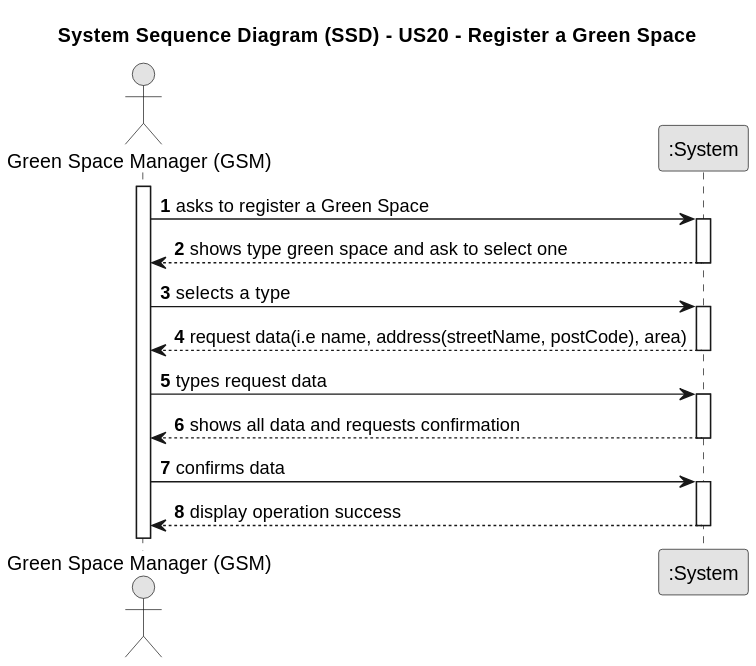
The PlantUML diagram docs/sprint3/us20/01.requirements-engineering/svg/us20-system-sequence-diagram.svg in Departamento-de-Engenharia-Informatica/lei-24-s2-1db-g022, before a commit.
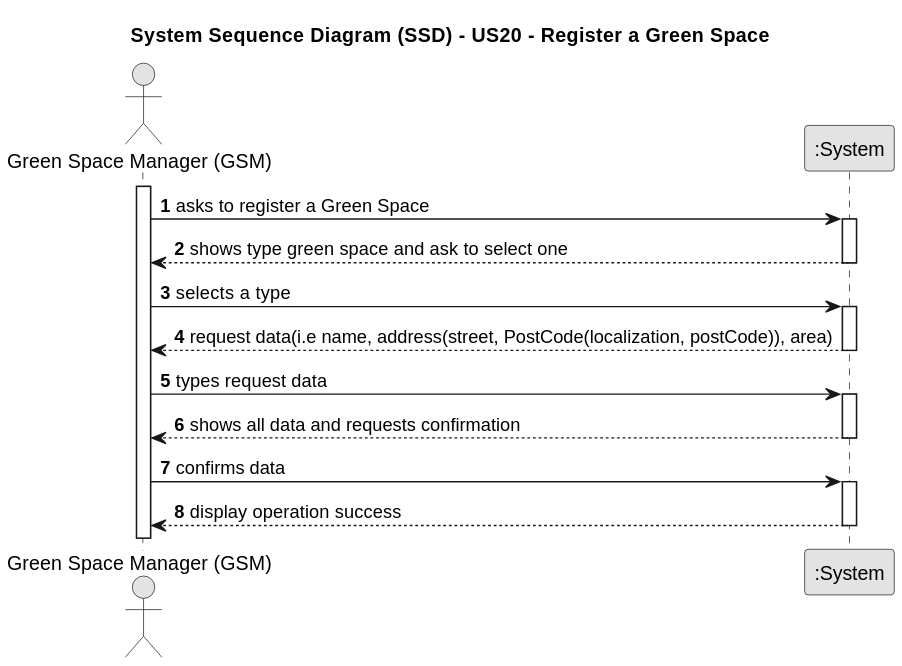
Later version of the same file.

Change to the diagram source:
```diff
@@ -21,7 +21,7 @@
     GSM->System: selects a type
     activate System
 
-        System --> GSM : request data(i.e name, address(streetName, postCode), area)
+        System --> GSM : request data(i.e name, address(street, PostCode(localization, postCode)), area)
 
     deactivate System
 
```
